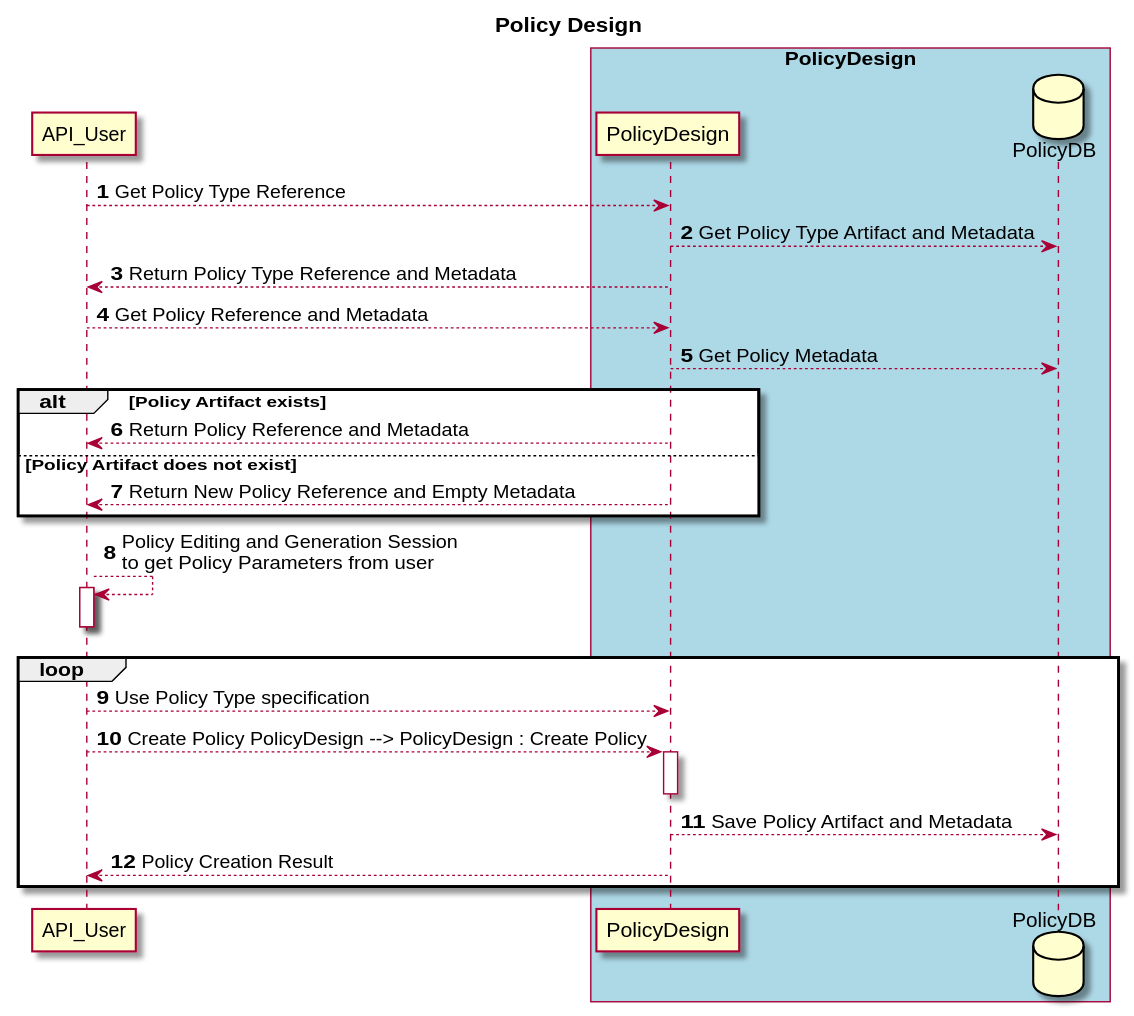
The PlantUML diagram docs/architecture/images/PolicyDesign.svg in onap/policy-parent, before a commit. Its diagram source:
```plantuml
@startuml
title Policy Design

participant API_User
box "PolicyDesign" #LightBlue
  participant PolicyDesign
  database PolicyDB
end box

autonumber

API_User --> PolicyDesign : Get Policy Type Reference
PolicyDesign --> PolicyDB : Get Policy Type Artifact and Metadata
PolicyDesign --> API_User : Return Policy Type Reference and Metadata
API_User --> PolicyDesign : Get Policy Reference and Metadata
PolicyDesign --> PolicyDB : Get Policy Metadata

alt Policy Artifact exists
  PolicyDesign --> API_User : Return Policy Reference and Metadata
else Policy Artifact does not exist
  PolicyDesign --> API_User : Return New Policy Reference and Empty Metadata
end

API_User --> API_User : Policy Editing and Generation Session\nto get Policy Parameters from user

activate API_User
deactivate API_User

loop
  API_User --> PolicyDesign : Use Policy Type specification
  API_User --> PolicyDesign : Create Policy PolicyDesign --> PolicyDesign : Create Policy
  activate PolicyDesign
  deactivate PolicyDesign
  PolicyDesign --> PolicyDB : Save Policy Artifact and Metadata
  PolicyDesign --> API_User : Policy Creation Result
end
@enduml
```
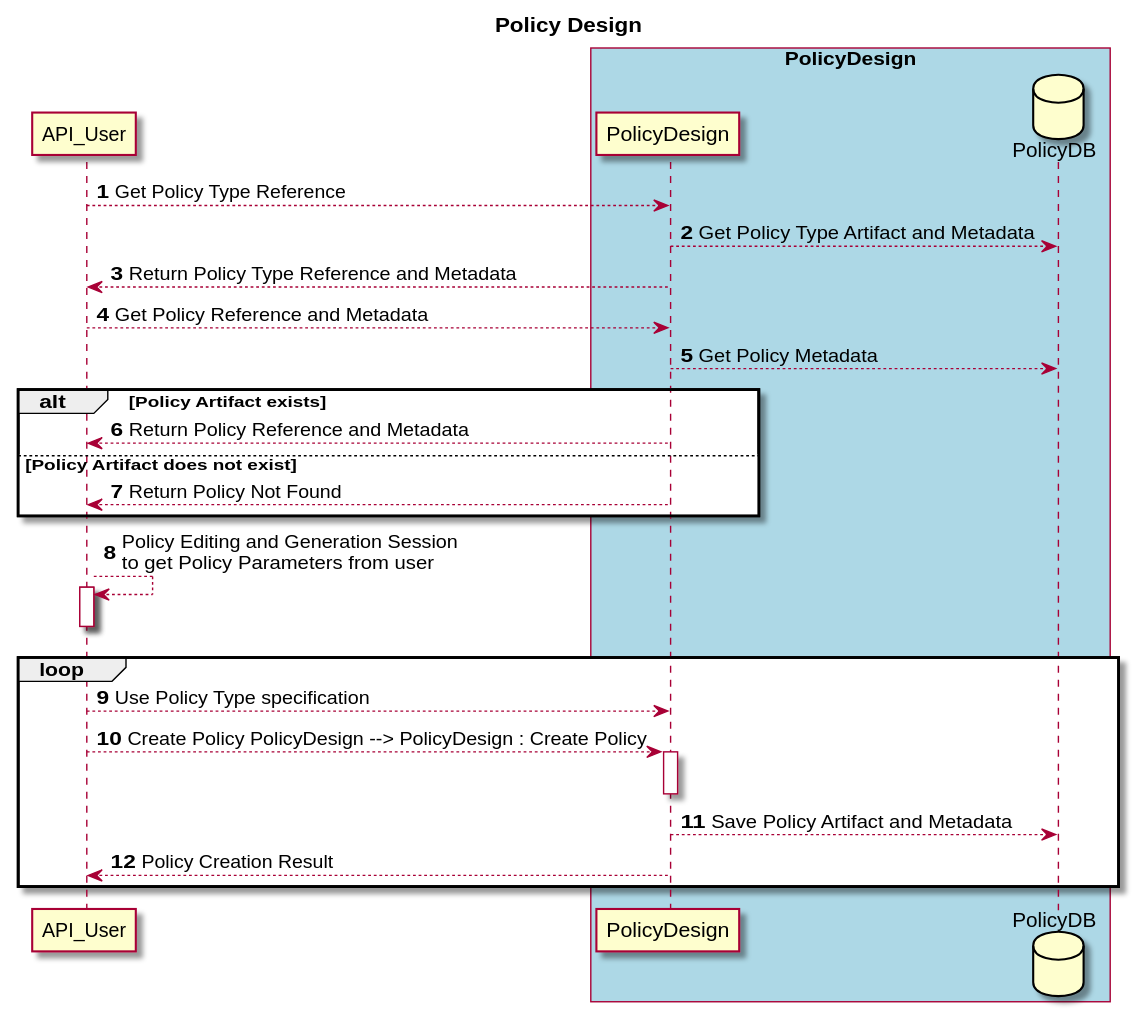
Above is the later version.

Commit message:
Architecture Sections 2.1 and 2.2

Change to the diagram source:
```diff
@@ -1,4 +1,5 @@
 @startuml
+
 title Policy Design
 
 participant API_User
@@ -18,7 +19,7 @@
 alt Policy Artifact exists
   PolicyDesign --> API_User : Return Policy Reference and Metadata
 else Policy Artifact does not exist
-  PolicyDesign --> API_User : Return New Policy Reference and Empty Metadata
+  PolicyDesign --> API_User : Return Policy Not Found
 end
 
 API_User --> API_User : Policy Editing and Generation Session\nto get Policy Parameters from user
@@ -34,4 +35,5 @@
   PolicyDesign --> PolicyDB : Save Policy Artifact and Metadata
   PolicyDesign --> API_User : Policy Creation Result
 end
+
 @enduml
```
